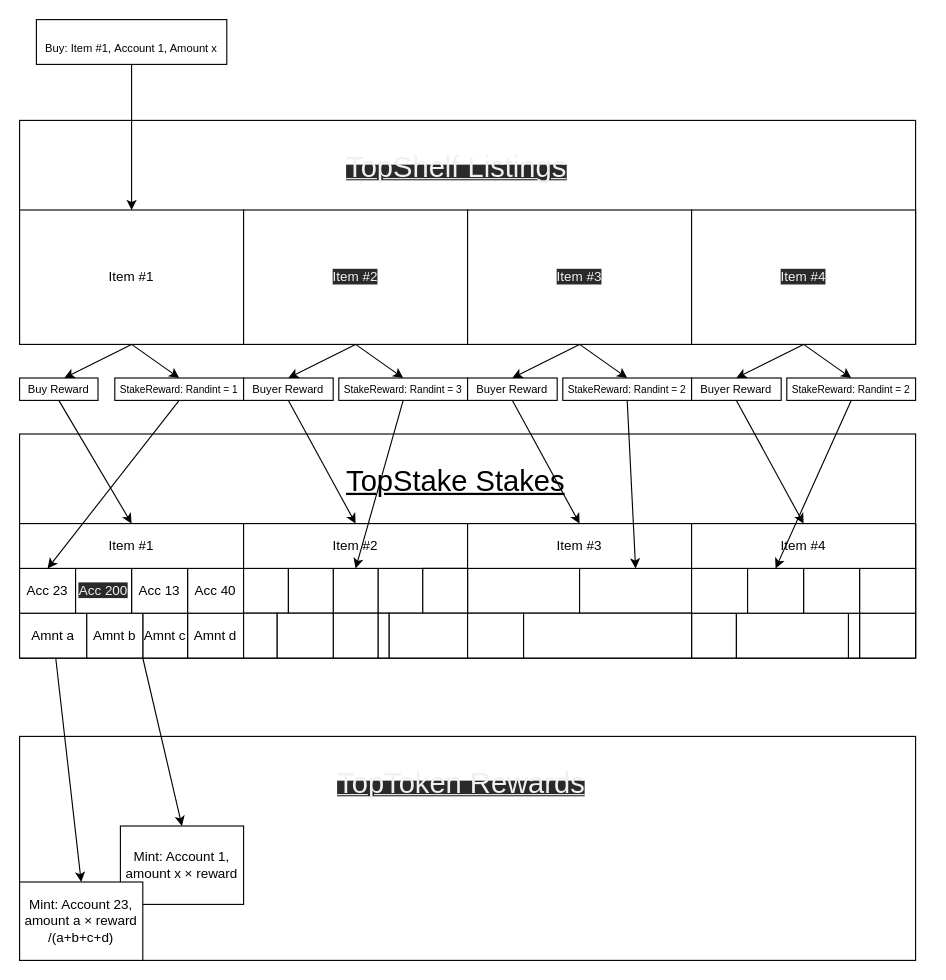
Earlier version of the draw.io diagram purchaseOutline.drawio (almaraz97/TopShelf). Source tidied: cells renumbered, new cells numbered last; positions are measured from the earlier drawing's top-left corner, leaving out a move shared by most shapes. Both pictures are drawn from the tidied source at 112%, with x=0, y=0 at pixel (19, 19).
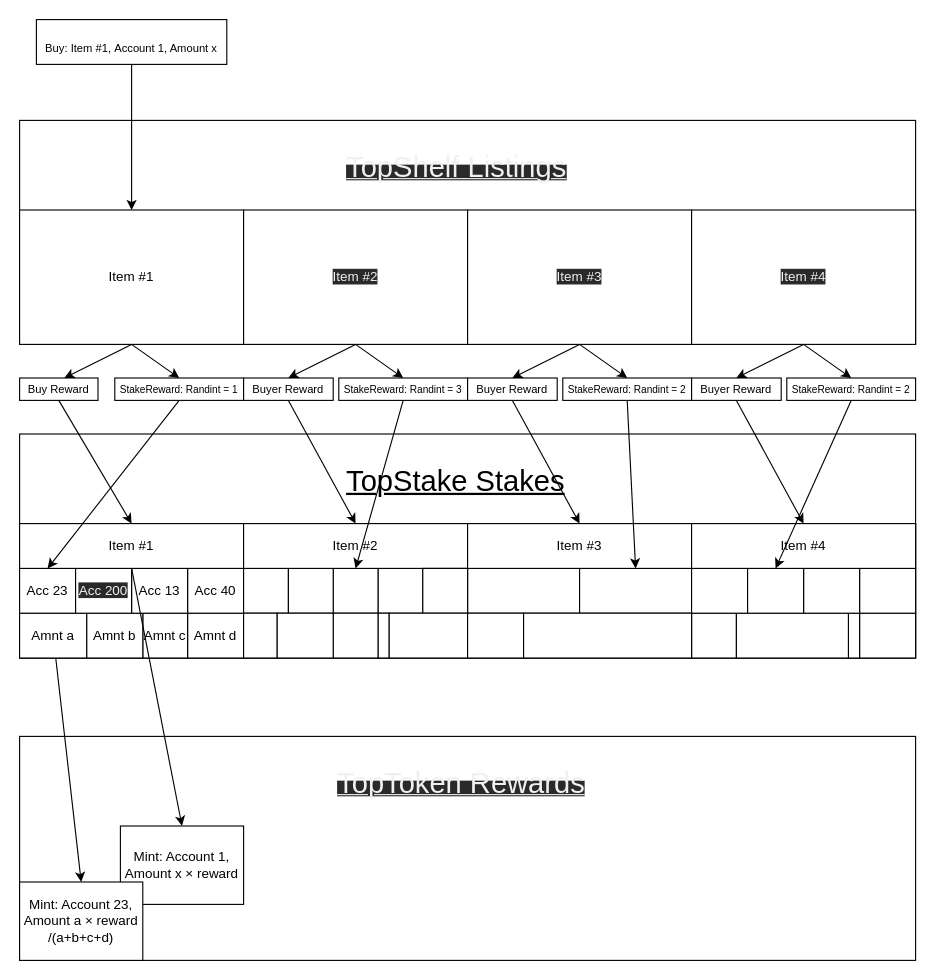
After the change.

Unchanged cells that the change refers to:
```xml
<mxCell id="2" style="group;" parent="1" vertex="1">
  <mxGeometry y="370" width="810" height="270" as="geometry" />
</mxCell>
<mxCell id="12" value="&lt;span&gt;Amnt b&lt;/span&gt;" style="rounded=0;whiteSpace=wrap;html=1;" parent="2" vertex="1">
  <mxGeometry x="60" y="160" width="50" height="40" as="geometry" />
</mxCell>
<mxCell id="31" value="&lt;span&gt;Item #1&lt;/span&gt;" style="rounded=0;whiteSpace=wrap;html=1;" parent="2" vertex="1">
  <mxGeometry y="80" width="200" height="40" as="geometry" />
</mxCell>
<mxCell id="44" style="group;" parent="2" vertex="1">
  <mxGeometry y="270" width="800" height="200" as="geometry" />
</mxCell>
```

Diff of the diagram source:
```diff
@@
-    <mxCell id="46" value="Mint: Account 1, amount x × reward" style="rounded=0;whiteSpace=wrap;html=1;" parent="44" vertex="1">
+    <mxCell id="46" value="Mint: Account 1, Amount x × reward" style="rounded=0;whiteSpace=wrap;html=1;" parent="44" vertex="1">
       <mxGeometry x="90" y="80" width="110" height="70" as="geometry" />
     </mxCell>
@@
-    <mxCell id="48" value="Mint: Account 23, amount a × reward&lt;br&gt;/(a+b+c+d)" style="rounded=0;whiteSpace=wrap;html=1;" parent="44" vertex="1">
+    <mxCell id="48" value="Mint: Account 23, Amount a × reward&lt;br&gt;/(a+b+c+d)" style="rounded=0;whiteSpace=wrap;html=1;" parent="44" vertex="1">
       <mxGeometry y="130" width="110" height="70" as="geometry" />
     </mxCell>
-    <mxCell id="49" style="edgeStyle=none;html=1;fontSize=10;exitX=1;exitY=1;exitDx=0;exitDy=0;entryX=0.5;entryY=0;entryDx=0;entryDy=0;" parent="2" edge="1" source="12" target="46">
+    <mxCell id="49" style="edgeStyle=none;html=1;fontSize=10;exitX=0.5;exitY=1;exitDx=0;exitDy=0;entryX=0.5;entryY=0;entryDx=0;entryDy=0;" parent="2" edge="1" source="31" target="46">
       <mxGeometry relative="1" as="geometry" />
     </mxCell>
```
